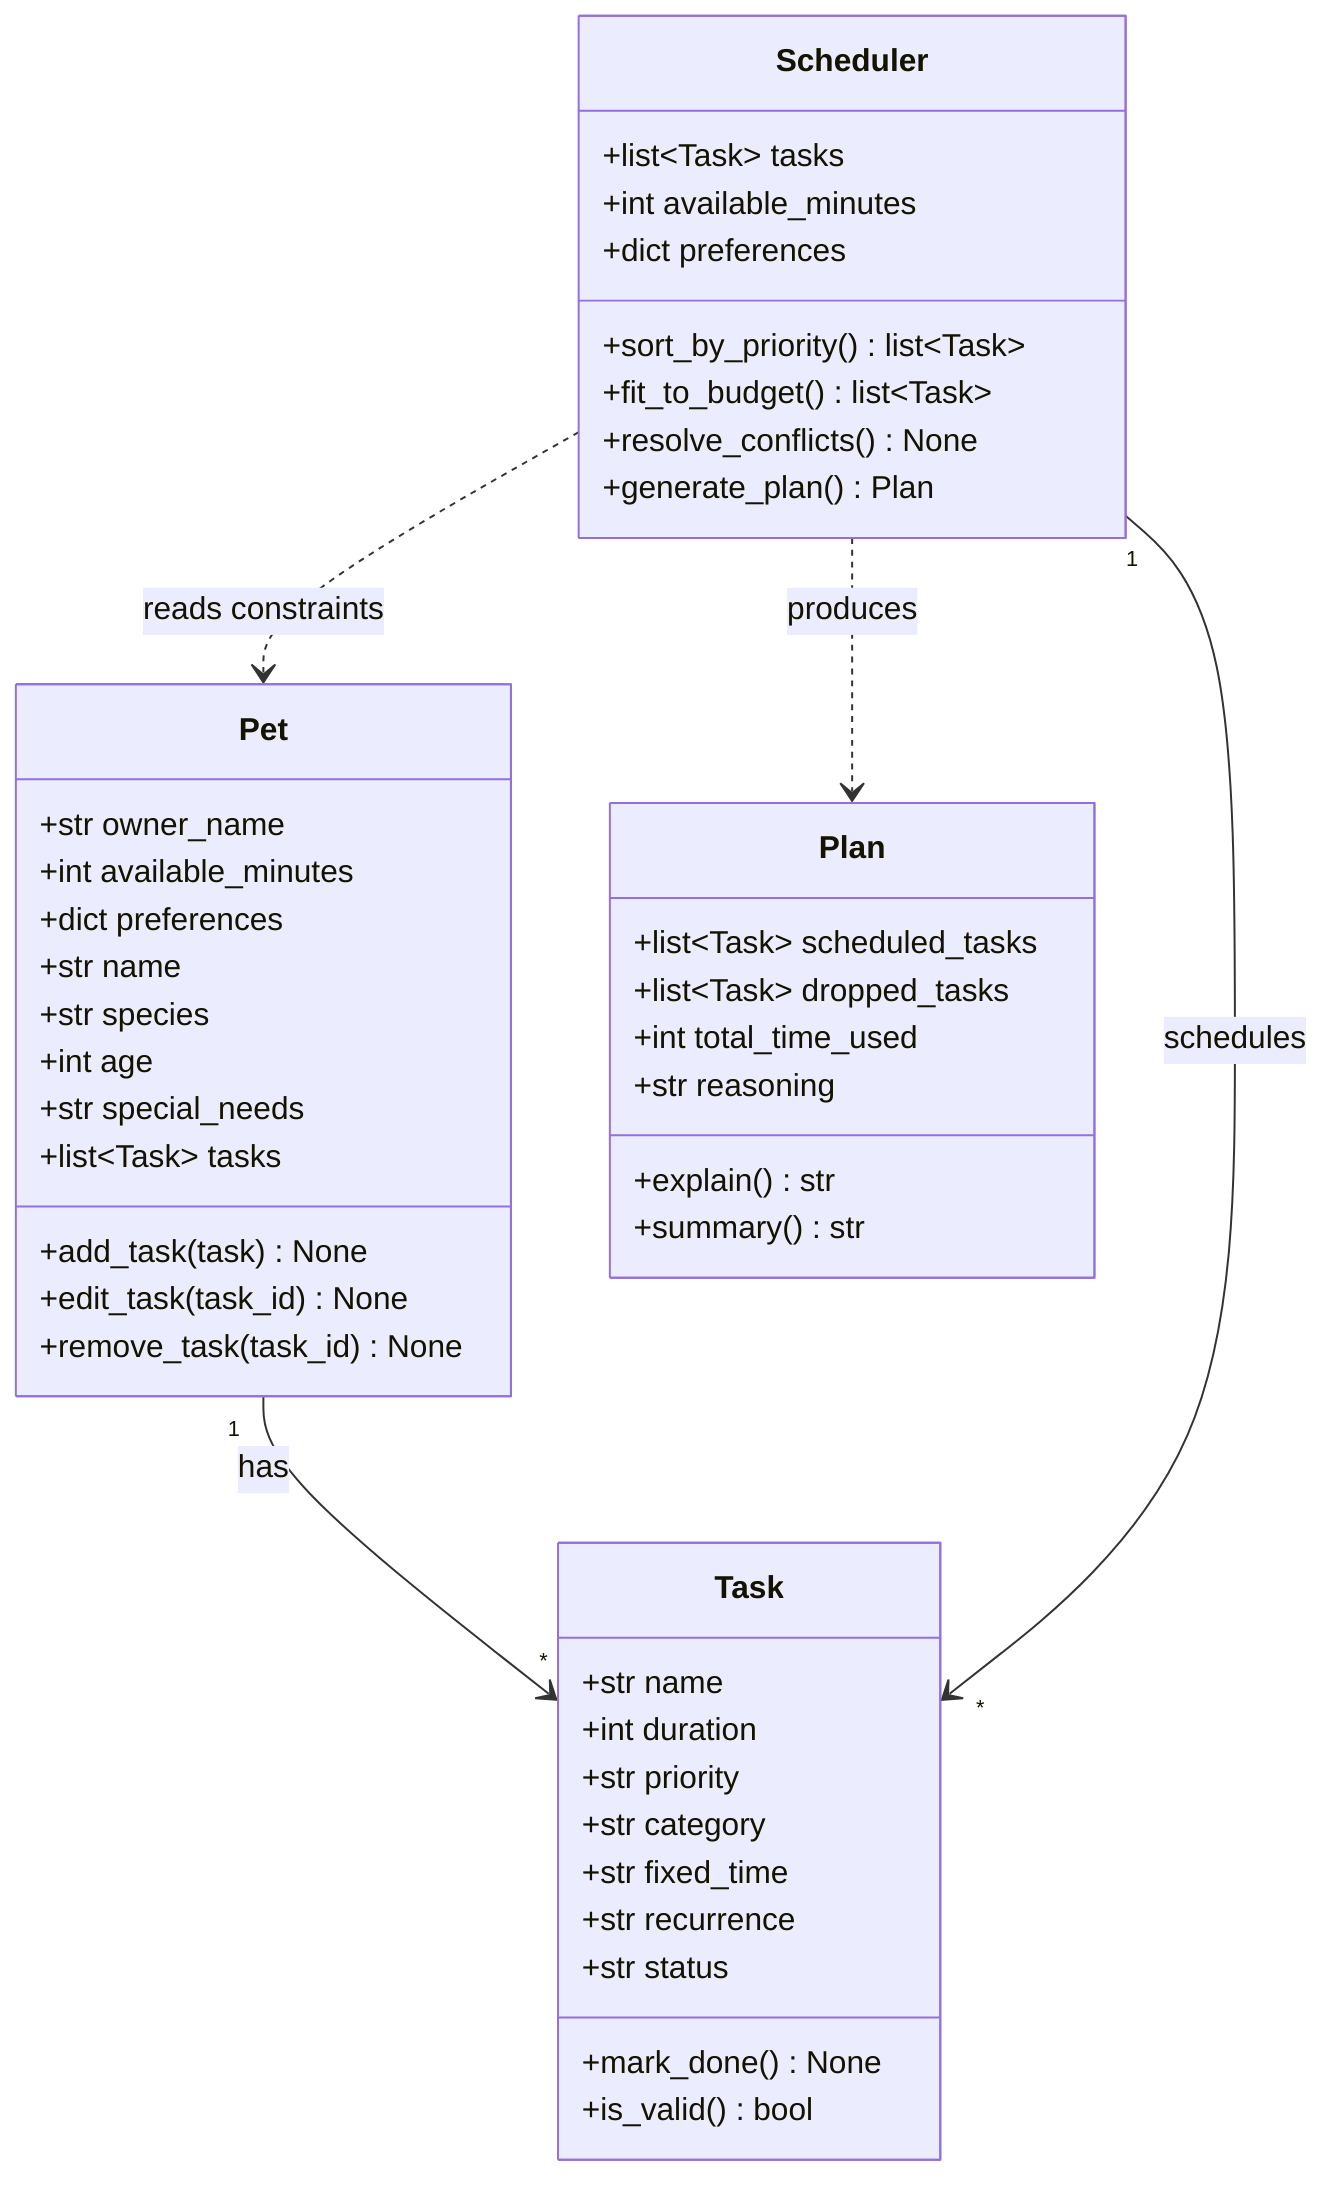
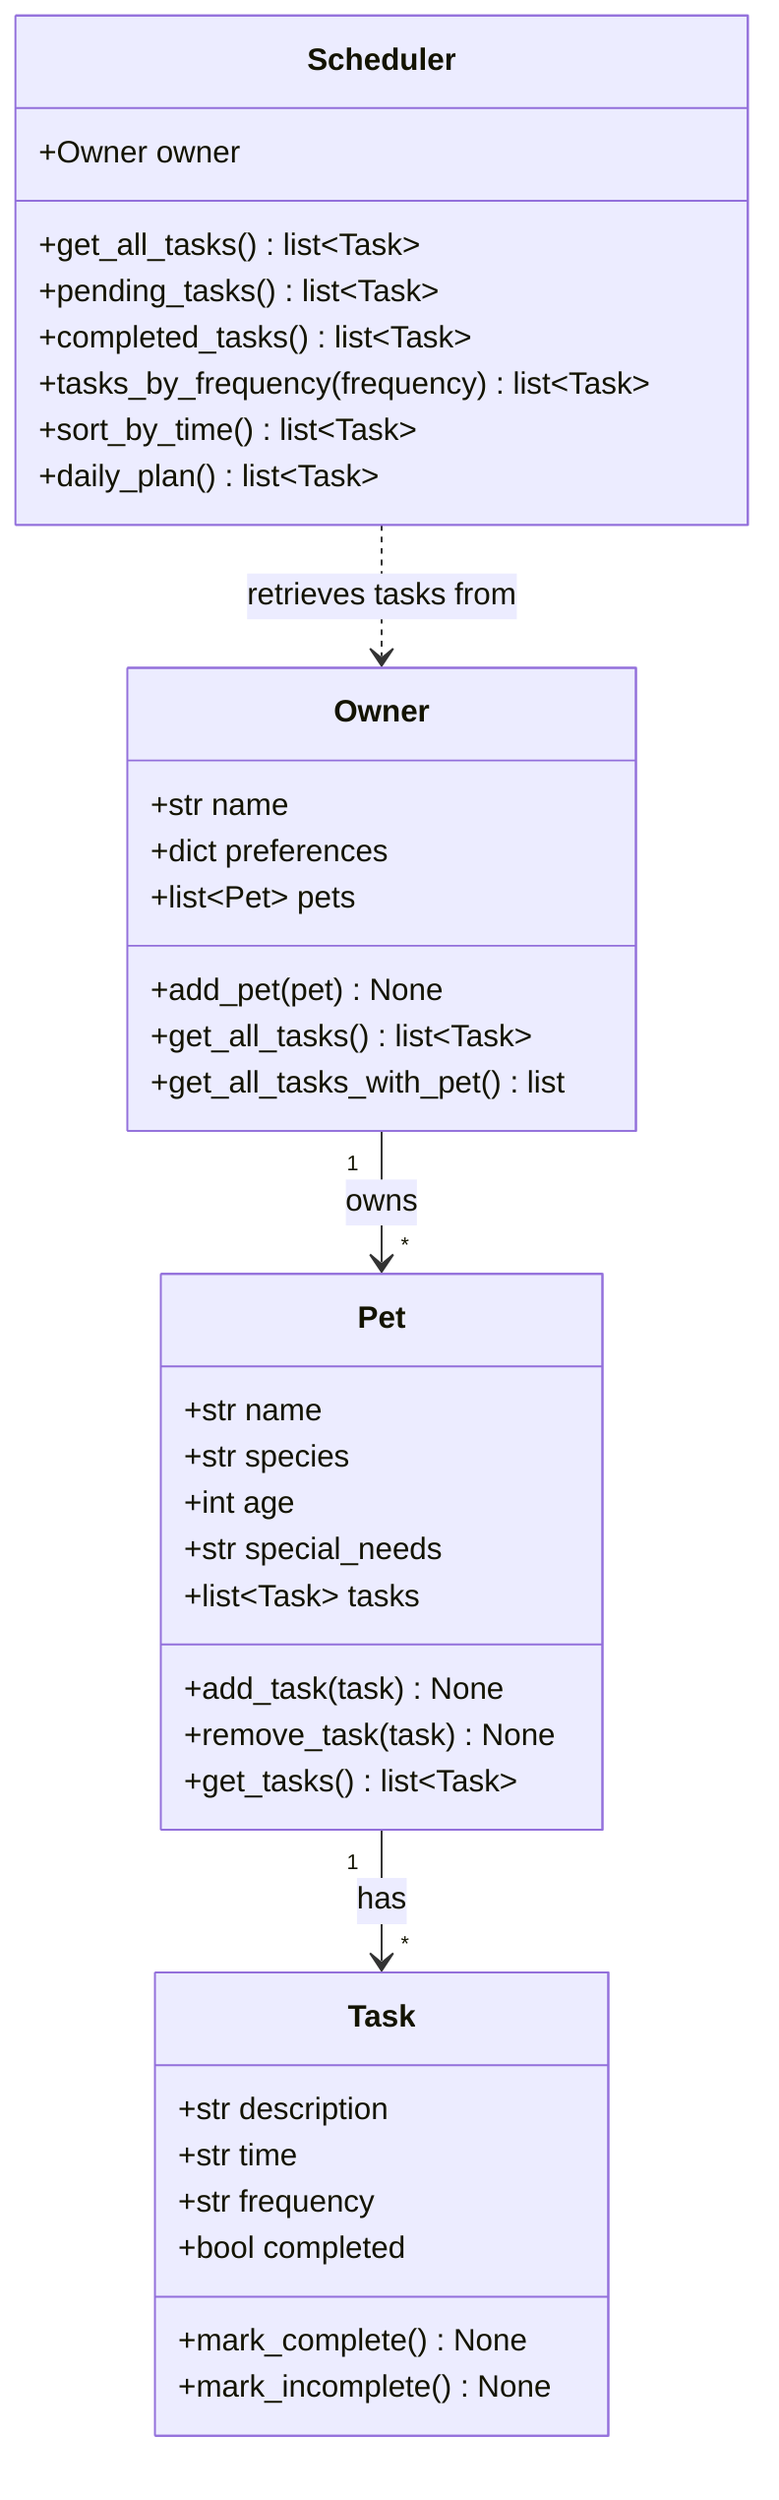
classDiagram
-     %% PawPal+ class diagram
-     %% Owner + pet info are combined into a single Pet class.
+     %% PawPal+ class diagram (draft) -- matches pawpal_system.py
+ 
+     class Task {
+         +str description
+         +str time
+         +str frequency
+         +bool completed
+         +mark_complete() None
+         +mark_incomplete() None
+     }

    class Pet {
-         +str owner_name
-         +int available_minutes
-         +dict preferences
        +str name
        +str species
        +int age
        +str special_needs
        +list~Task~ tasks
        +add_task(task) None
-         +edit_task(task_id) None
-         +remove_task(task_id) None
+         +remove_task(task) None
+         +get_tasks() list~Task~
    }

-     class Task {
+     class Owner {
        +str name
-         +int duration
-         +str priority
-         +str category
-         +str fixed_time
-         +str recurrence
-         +str status
-         +mark_done() None
-         +is_valid() bool
+         +dict preferences
+         +list~Pet~ pets
+         +add_pet(pet) None
+         +get_all_tasks() list~Task~
+         +get_all_tasks_with_pet() list
    }

    class Scheduler {
-         +list~Task~ tasks
-         +int available_minutes
-         +dict preferences
-         +sort_by_priority() list~Task~
-         +fit_to_budget() list~Task~
-         +resolve_conflicts() None
-         +generate_plan() Plan
+         +Owner owner
+         +get_all_tasks() list~Task~
+         +pending_tasks() list~Task~
+         +completed_tasks() list~Task~
+         +tasks_by_frequency(frequency) list~Task~
+         +sort_by_time() list~Task~
+         +daily_plan() list~Task~
    }

-     class Plan {
-         +list~Task~ scheduled_tasks
-         +list~Task~ dropped_tasks
-         +int total_time_used
-         +str reasoning
-         +explain() str
-         +summary() str
-     }
- 
+     Owner "1" --> "*" Pet : owns
    Pet "1" --> "*" Task : has
-     Scheduler ..> Pet : reads constraints
-     Scheduler "1" --> "*" Task : schedules
-     Scheduler ..> Plan : produces
+     Scheduler ..> Owner : retrieves tasks from
